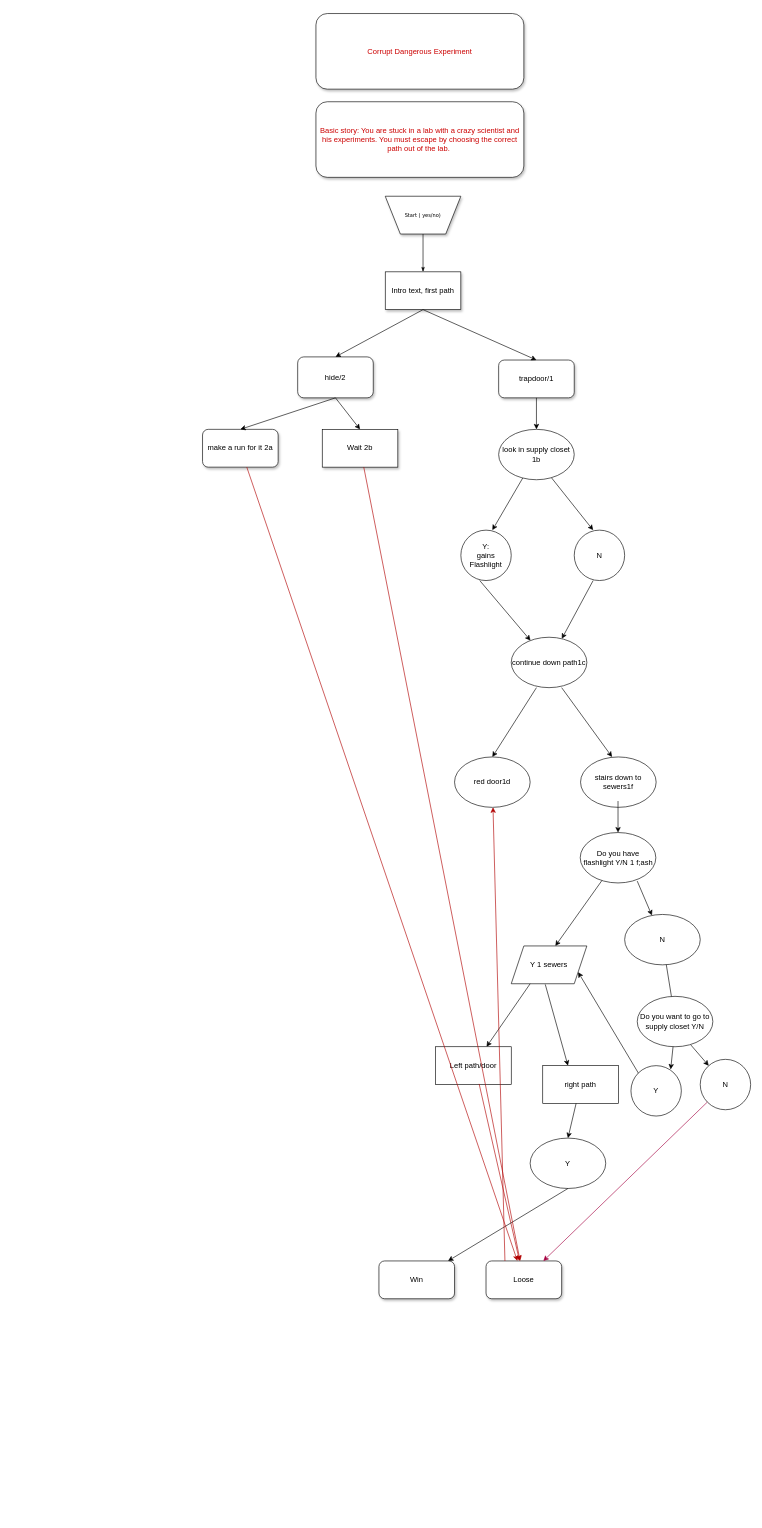
This is TextAdventure.drawio from andromedamoon-stack/diagrams, a draw.io file, before an edit. Source tidied: cells renumbered, new cells numbered last; positions are measured from the earlier drawing's top-left corner, leaving out a move shared by most shapes. Both pictures are drawn from the tidied source at 63%, with x=0, y=0 at pixel (202, 13).
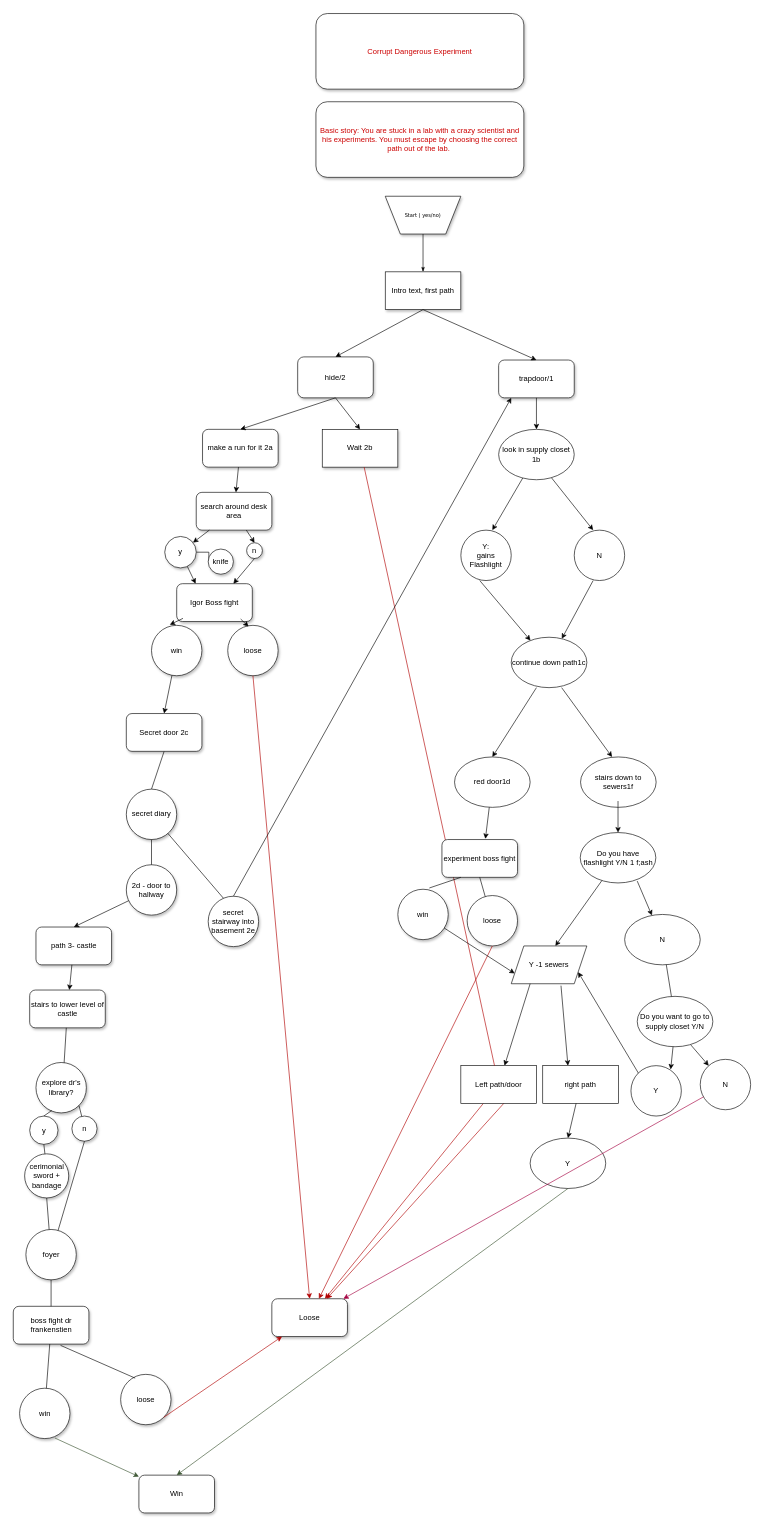
The same diagram, later.

Unchanged cells that the change refers to:
```xml
<mxCell id="6" value="trapdoor/1" style="rounded=1;whiteSpace=wrap;html=1;shadow=1;" parent="1" vertex="1">
  <mxGeometry x="470" y="550" width="120" height="60" as="geometry" />
</mxCell>
<mxCell id="23" value="red door1d" style="ellipse;whiteSpace=wrap;html=1;" parent="1" vertex="1">
  <mxGeometry x="400" y="1180" width="120" height="80" as="geometry" />
</mxCell>
<mxCell id="36" value="Y" style="ellipse;whiteSpace=wrap;html=1;" parent="1" vertex="1">
  <mxGeometry x="520" y="1785" width="120" height="80" as="geometry" />
</mxCell>
<mxCell id="48" value="Wait 2b" style="rounded=0;whiteSpace=wrap;html=1;shadow=1;" parent="1" vertex="1">
  <mxGeometry x="190" y="660" width="120" height="60" as="geometry" />
</mxCell>
<mxCell id="49" value="make a run for it 2a" style="rounded=1;whiteSpace=wrap;html=1;shadow=1;" parent="1" vertex="1">
  <mxGeometry y="660" width="120" height="60" as="geometry" />
</mxCell>
```

Diff of the diagram source:
```diff
@@
     <mxCell id="8" value="Loose" style="rounded=1;whiteSpace=wrap;html=1;shadow=1;" parent="1" vertex="1">
-      <mxGeometry x="450" y="1980" width="120" height="60" as="geometry" />
+      <mxGeometry x="110" y="2040" width="120" height="60" as="geometry" />
     </mxCell>
     <mxCell id="9" value="Win" style="rounded=1;whiteSpace=wrap;html=1;shadow=1;" parent="1" vertex="1">
-      <mxGeometry x="280" y="1980" width="120" height="60" as="geometry" />
+      <mxGeometry x="-101" y="2320" width="120" height="60" as="geometry" />
     </mxCell>
@@
-    <mxCell id="30" value="Y 1 sewers" style="shape=parallelogram;perimeter=parallelogramPerimeter;whiteSpace=wrap;html=1;fixedSize=1;" parent="1" vertex="1">
+    <mxCell id="30" value="Y -1 sewers" style="shape=parallelogram;perimeter=parallelogramPerimeter;whiteSpace=wrap;html=1;fixedSize=1;" parent="1" vertex="1">
       <mxGeometry x="490" y="1480" width="120" height="60" as="geometry" />
     </mxCell>
-    <mxCell id="31" style="endArrow=classic;html=1;rounded=0;exitX=0.45;exitY=1.017;exitDx=0;exitDy=0;exitPerimeter=0;" parent="1" edge="1" source="30">
+    <mxCell id="31" style="endArrow=classic;html=1;rounded=0;exitX=0.658;exitY=1.05;exitDx=0;exitDy=0;exitPerimeter=0;startArrow=none;" parent="1" edge="1" source="30">
       <mxGeometry relative="1" as="geometry">
         <mxPoint x="580" y="1670" as="targetPoint" />
       </mxGeometry>
     </mxCell>
@@
-    <mxCell id="33" value="Left path/door" style="rounded=0;whiteSpace=wrap;html=1;" parent="1" vertex="1">
-      <mxGeometry x="370" y="1640" width="120" height="60" as="geometry" />
-    </mxCell>
@@
-    <mxCell id="38" style="endArrow=classic;html=1;rounded=0;exitX=0.5;exitY=1;exitDx=0;exitDy=0;" parent="1" edge="1" source="36" target="9">
+    <mxCell id="38" style="endArrow=classic;html=1;rounded=0;exitX=0.5;exitY=1;exitDx=0;exitDy=0;fillColor=#6d8764;strokeColor=#3A5431;entryX=0.5;entryY=0;entryDx=0;entryDy=0;" parent="1" edge="1" source="36" target="9">
       <mxGeometry relative="1" as="geometry" />
     </mxCell>
-    <mxCell id="39" style="endArrow=classic;html=1;rounded=0;exitX=0.25;exitY=0;exitDx=0;exitDy=0;fillColor=#e51400;strokeColor=#B20000;" parent="1" edge="1" source="8" target="23">
-      <mxGeometry relative="1" as="geometry" />
-    </mxCell>
@@
-    <mxCell id="52" style="endArrow=classic;html=1;rounded=0;fillColor=#e51400;strokeColor=#B20000;" parent="1" edge="1" source="49" target="8">
-      <mxGeometry relative="1" as="geometry" />
-    </mxCell>
-    <mxCell id="53" style="endArrow=classic;html=1;rounded=0;fillColor=#e51400;strokeColor=#B20000;" parent="1" edge="1" source="48" target="8">
+    <mxCell id="53" style="endArrow=classic;html=1;rounded=0;fillColor=#e51400;strokeColor=#B20000;startArrow=none;" parent="1" edge="1" source="33" target="8">
       <mxGeometry relative="1" as="geometry" />
     </mxCell>
@@
+    <mxCell id="55" value="Igor Boss fight" style="rounded=1;whiteSpace=wrap;html=1;shadow=1;" parent="1" vertex="1">
+      <mxGeometry x="-41" y="905" width="120" height="60" as="geometry" />
+    </mxCell>
+    <mxCell id="56" style="endArrow=classic;html=1;rounded=0;" parent="1" edge="1" source="49" target="73">
+      <mxGeometry relative="1" as="geometry" />
+    </mxCell>
+    <mxCell id="57" value="win" style="ellipse;whiteSpace=wrap;html=1;shadow=1;" parent="1" vertex="1">
+      <mxGeometry x="-81" y="971.1" width="80" height="80" as="geometry" />
+    </mxCell>
+    <mxCell id="58" value="loose" style="ellipse;whiteSpace=wrap;html=1;shadow=1;" parent="1" vertex="1">
+      <mxGeometry x="40" y="971.1" width="80" height="80" as="geometry" />
+    </mxCell>
+    <mxCell id="59" style="endArrow=classic;html=1;rounded=0;entryX=0.413;entryY=0.025;entryDx=0;entryDy=0;entryPerimeter=0;" parent="1" edge="1" target="58">
+      <mxGeometry relative="1" as="geometry">
+        <mxPoint x="60.5" y="961.1" as="sourcePoint" />
+      </mxGeometry>
+    </mxCell>
+    <mxCell id="60" style="endArrow=classic;html=1;rounded=0;entryX=0.363;entryY=-0.012;entryDx=0;entryDy=0;entryPerimeter=0;" parent="1" edge="1" target="57">
+      <mxGeometry relative="1" as="geometry">
+        <mxPoint x="-31" y="960" as="sourcePoint" />
+      </mxGeometry>
+    </mxCell>
+    <mxCell id="61" style="endArrow=none;html=1;rounded=0;entryX=0.5;entryY=1;entryDx=0;entryDy=0;exitX=0.5;exitY=0;exitDx=0;exitDy=0;" parent="1" edge="1" source="65" target="63">
+      <mxGeometry relative="1" as="geometry" />
+    </mxCell>
+    <mxCell id="62" style="endArrow=classic;html=1;rounded=0;exitX=0.5;exitY=1;exitDx=0;exitDy=0;entryX=0.5;entryY=0;entryDx=0;entryDy=0;fillColor=#e51400;strokeColor=#B20000;" parent="1" edge="1" source="58" target="8">
+      <mxGeometry relative="1" as="geometry" />
+    </mxCell>
+    <mxCell id="63" value="Secret door 2c" style="rounded=1;whiteSpace=wrap;html=1;shadow=1;" parent="1" vertex="1">
+      <mxGeometry x="-121" y="1111.1" width="120" height="60" as="geometry" />
+    </mxCell>
+    <mxCell id="64" style="endArrow=classic;html=1;rounded=0;entryX=0.5;entryY=0;entryDx=0;entryDy=0;" parent="1" edge="1" source="57" target="63">
+      <mxGeometry relative="1" as="geometry" />
+    </mxCell>
+    <mxCell id="65" value="secret diary" style="ellipse;whiteSpace=wrap;html=1;shadow=1;" parent="1" vertex="1">
+      <mxGeometry x="-121" y="1231.1" width="80" height="80" as="geometry" />
+    </mxCell>
+    <mxCell id="66" value="2d - door to hallway" style="ellipse;whiteSpace=wrap;html=1;shadow=1;" parent="1" vertex="1">
+      <mxGeometry x="-121" y="1351.1" width="80" height="80" as="geometry" />
+    </mxCell>
+    <mxCell id="67" style="endArrow=none;html=1;rounded=0;" parent="1" edge="1" source="66" target="65">
+      <mxGeometry relative="1" as="geometry" />
+    </mxCell>
+    <mxCell id="68" value="path 3- castle" style="rounded=1;whiteSpace=wrap;html=1;shadow=1;" parent="1" vertex="1">
+      <mxGeometry x="-264.4" y="1450" width="120" height="60" as="geometry" />
+    </mxCell>
+    <mxCell id="69" style="endArrow=classic;html=1;rounded=0;entryX=0.5;entryY=0;entryDx=0;entryDy=0;" parent="1" edge="1" source="66" target="68">
+      <mxGeometry relative="1" as="geometry" />
+    </mxCell>
+    <mxCell id="70" style="endArrow=none;html=1;rounded=0;" parent="1" edge="1" target="65">
+      <mxGeometry relative="1" as="geometry">
+        <mxPoint x="39" y="1411.1" as="sourcePoint" />
+      </mxGeometry>
+    </mxCell>
+    <mxCell id="71" value="secret stairway into basement 2e" style="ellipse;whiteSpace=wrap;html=1;shadow=1;" parent="1" vertex="1">
+      <mxGeometry x="9" y="1401.1" width="80" height="80" as="geometry" />
+    </mxCell>
+    <mxCell id="33" value="Left path/door" style="rounded=0;whiteSpace=wrap;html=1;" parent="1" vertex="1">
+      <mxGeometry x="410" y="1670" width="120" height="60" as="geometry" />
+    </mxCell>
+    <mxCell id="72" style="endArrow=none;html=1;rounded=0;fillColor=#e51400;strokeColor=#B20000;" parent="1" edge="1" source="48" target="33">
+      <mxGeometry relative="1" as="geometry" />
+    </mxCell>
+    <mxCell id="73" value="search around desk area" style="rounded=1;whiteSpace=wrap;html=1;shadow=1;" parent="1" vertex="1">
+      <mxGeometry x="-10" y="760" width="120" height="60" as="geometry" />
+    </mxCell>
+    <mxCell id="74" style="endArrow=classic;html=1;rounded=0;" parent="1" edge="1" source="73" target="76">
+      <mxGeometry relative="1" as="geometry" />
+    </mxCell>
+    <mxCell id="75" style="edgeStyle=orthogonalEdgeStyle;rounded=0;jettySize=auto;html=1;" parent="1" edge="1" source="76" target="111">
+      <mxGeometry relative="1" as="geometry" />
+    </mxCell>
+    <mxCell id="76" value="y" style="ellipse;whiteSpace=wrap;html=1;shadow=1;" parent="1" vertex="1">
+      <mxGeometry x="-60" y="830" width="50" height="50" as="geometry" />
+    </mxCell>
+    <mxCell id="77" value="n" style="ellipse;whiteSpace=wrap;html=1;shadow=1;" parent="1" vertex="1">
+      <mxGeometry x="70" y="840" width="25" height="25" as="geometry" />
+    </mxCell>
+    <mxCell id="78" style="endArrow=classic;html=1;rounded=0;entryX=0.5;entryY=0;entryDx=0;entryDy=0;" parent="1" edge="1" source="73" target="77">
+      <mxGeometry relative="1" as="geometry" />
+    </mxCell>
+    <mxCell id="79" style="endArrow=classic;html=1;rounded=0;entryX=0.75;entryY=0;entryDx=0;entryDy=0;exitX=0.5;exitY=1;exitDx=0;exitDy=0;" parent="1" edge="1" source="77" target="55">
+      <mxGeometry relative="1" as="geometry" />
+    </mxCell>
+    <mxCell id="80" style="endArrow=classic;html=1;rounded=0;entryX=0.25;entryY=0;entryDx=0;entryDy=0;" parent="1" edge="1" source="76" target="55">
+      <mxGeometry relative="1" as="geometry" />
+    </mxCell>
+    <mxCell id="81" value="experiment boss fight" style="rounded=1;whiteSpace=wrap;html=1;shadow=1;" parent="1" vertex="1">
+      <mxGeometry x="380" y="1311.1" width="120" height="60" as="geometry" />
+    </mxCell>
+    <mxCell id="82" style="endArrow=classic;html=1;rounded=0;entryX=0.575;entryY=-0.018;entryDx=0;entryDy=0;entryPerimeter=0;" parent="1" edge="1" source="23" target="81">
+      <mxGeometry relative="1" as="geometry" />
+    </mxCell>
+    <mxCell id="83" value="loose" style="ellipse;whiteSpace=wrap;html=1;shadow=1;" parent="1" vertex="1">
+      <mxGeometry x="420" y="1400" width="80" height="80" as="geometry" />
+    </mxCell>
+    <mxCell id="84" value="win" style="ellipse;whiteSpace=wrap;html=1;shadow=1;" parent="1" vertex="1">
+      <mxGeometry x="310" y="1390" width="80" height="80" as="geometry" />
+    </mxCell>
+    <mxCell id="85" style="endArrow=none;html=1;rounded=0;exitX=0.625;exitY=-0.025;exitDx=0;exitDy=0;exitPerimeter=0;" parent="1" edge="1" source="84">
+      <mxGeometry relative="1" as="geometry">
+        <mxPoint x="410" y="1371.1" as="targetPoint" />
+      </mxGeometry>
+    </mxCell>
+    <mxCell id="86" style="endArrow=none;html=1;rounded=0;entryX=0.5;entryY=1;entryDx=0;entryDy=0;" parent="1" edge="1" source="83" target="81">
+      <mxGeometry relative="1" as="geometry" />
+    </mxCell>
+    <mxCell id="87" style="endArrow=classic;html=1;rounded=0;exitX=0.5;exitY=1;exitDx=0;exitDy=0;fillColor=#e51400;strokeColor=#B20000;" parent="1" edge="1" source="83" target="8">
+      <mxGeometry relative="1" as="geometry" />
+    </mxCell>
+    <mxCell id="88" style="endArrow=classic;html=1;rounded=0;entryX=0;entryY=0.75;entryDx=0;entryDy=0;" parent="1" edge="1" source="84" target="30">
+      <mxGeometry relative="1" as="geometry" />
+    </mxCell>
+    <mxCell id="89" style="endArrow=classic;html=1;rounded=0;exitX=0.5;exitY=0;exitDx=0;exitDy=0;entryX=0.167;entryY=1;entryDx=0;entryDy=0;entryPerimeter=0;" parent="1" edge="1" source="71" target="6">
+      <mxGeometry relative="1" as="geometry" />
+    </mxCell>
+    <mxCell id="90" value="stairs to lower level of castle" style="rounded=1;whiteSpace=wrap;html=1;shadow=1;" parent="1" vertex="1">
+      <mxGeometry x="-274.4" y="1550" width="120" height="60" as="geometry" />
+    </mxCell>
+    <mxCell id="91" value="win" style="ellipse;whiteSpace=wrap;html=1;shadow=1;" parent="1" vertex="1">
+      <mxGeometry x="-290.4" y="2182" width="80" height="80" as="geometry" />
+    </mxCell>
+    <mxCell id="92" value="loose" style="ellipse;whiteSpace=wrap;html=1;shadow=1;" parent="1" vertex="1">
+      <mxGeometry x="-130" y="2160" width="80" height="80" as="geometry" />
+    </mxCell>
+    <mxCell id="93" style="endArrow=classic;html=1;rounded=0;exitX=0.7;exitY=0.988;exitDx=0;exitDy=0;exitPerimeter=0;fillColor=#6d8764;strokeColor=#3A5431;" parent="1" edge="1" source="91" target="9">
+      <mxGeometry relative="1" as="geometry" />
+    </mxCell>
+    <mxCell id="94" style="endArrow=classic;html=1;rounded=0;exitX=1;exitY=1;exitDx=0;exitDy=0;fillColor=#e51400;strokeColor=#B20000;" parent="1" edge="1" source="92" target="8">
+      <mxGeometry relative="1" as="geometry" />
+    </mxCell>
+    <mxCell id="95" value="foyer" style="ellipse;whiteSpace=wrap;html=1;shadow=1;" parent="1" vertex="1">
+      <mxGeometry x="-280.4" y="1930" width="80" height="80" as="geometry" />
+    </mxCell>
+    <mxCell id="96" value="boss fight dr frankenstien" style="rounded=1;whiteSpace=wrap;html=1;shadow=1;" parent="1" vertex="1">
+      <mxGeometry x="-300.4" y="2052" width="120" height="60" as="geometry" />
+    </mxCell>
+    <mxCell id="97" style="endArrow=none;html=1;rounded=0;" parent="1" edge="1" source="91" target="96">
+      <mxGeometry relative="1" as="geometry" />
+    </mxCell>
+    <mxCell id="98" style="endArrow=none;html=1;rounded=0;entryX=0.625;entryY=1.033;entryDx=0;entryDy=0;entryPerimeter=0;exitX=0.288;exitY=0.075;exitDx=0;exitDy=0;exitPerimeter=0;" parent="1" edge="1" source="92" target="96">
+      <mxGeometry relative="1" as="geometry" />
+    </mxCell>
+    <mxCell id="99" style="endArrow=none;html=1;rounded=0;entryX=0.5;entryY=1;entryDx=0;entryDy=0;" parent="1" edge="1" source="96" target="95">
+      <mxGeometry relative="1" as="geometry" />
+    </mxCell>
+    <mxCell id="100" style="endArrow=none;html=1;rounded=0;" parent="1" edge="1" target="90">
+      <mxGeometry relative="1" as="geometry">
+        <mxPoint x="-220" y="1670" as="sourcePoint" />
+      </mxGeometry>
+    </mxCell>
+    <mxCell id="101" style="endArrow=classic;html=1;rounded=0;" parent="1" edge="1" source="68" target="90">
+      <mxGeometry relative="1" as="geometry" />
+    </mxCell>
+    <mxCell id="102" value="n" style="ellipse;whiteSpace=wrap;html=1;shadow=1;" parent="1" vertex="1">
+      <mxGeometry x="-207.4" y="1750" width="40" height="40" as="geometry" />
+    </mxCell>
+    <mxCell id="103" value="y" style="ellipse;whiteSpace=wrap;html=1;shadow=1;" parent="1" vertex="1">
+      <mxGeometry x="-274.4" y="1750" width="45" height="45" as="geometry" />
+    </mxCell>
+    <mxCell id="104" value="explore dr's library?" style="ellipse;whiteSpace=wrap;html=1;shadow=1;" parent="1" vertex="1">
+      <mxGeometry x="-264.4" y="1665" width="80" height="80" as="geometry" />
+    </mxCell>
+    <mxCell id="105" value="cerimonial sword + bandage" style="ellipse;whiteSpace=wrap;html=1;shadow=1;" parent="1" vertex="1">
+      <mxGeometry x="-282.4" y="1810" width="70" height="70" as="geometry" />
+    </mxCell>
+    <mxCell id="106" style="endArrow=none;html=1;rounded=0;entryX=0.5;entryY=1;entryDx=0;entryDy=0;" parent="1" edge="1" source="105" target="103">
+      <mxGeometry relative="1" as="geometry" />
+    </mxCell>
+    <mxCell id="107" style="endArrow=none;html=1;rounded=0;entryX=0.5;entryY=1;entryDx=0;entryDy=0;" parent="1" edge="1" source="95" target="102">
+      <mxGeometry relative="1" as="geometry" />
+    </mxCell>
+    <mxCell id="108" style="endArrow=none;html=1;rounded=0;entryX=0.5;entryY=1;entryDx=0;entryDy=0;" parent="1" edge="1" source="95" target="105">
+      <mxGeometry relative="1" as="geometry" />
+    </mxCell>
+    <mxCell id="109" style="endArrow=none;html=1;rounded=0;entryX=1;entryY=1;entryDx=0;entryDy=0;" parent="1" edge="1" source="102" target="104">
+      <mxGeometry relative="1" as="geometry" />
+    </mxCell>
+    <mxCell id="110" style="endArrow=none;html=1;rounded=0;entryX=0.317;entryY=0.95;entryDx=0;entryDy=0;entryPerimeter=0;exitX=0.5;exitY=0;exitDx=0;exitDy=0;" parent="1" edge="1" source="103" target="104">
+      <mxGeometry relative="1" as="geometry" />
+    </mxCell>
+    <mxCell id="111" value="knife" style="ellipse;whiteSpace=wrap;html=1;shadow=1;" parent="1" vertex="1">
+      <mxGeometry x="9" y="850" width="40" height="40" as="geometry" />
+    </mxCell>
```
